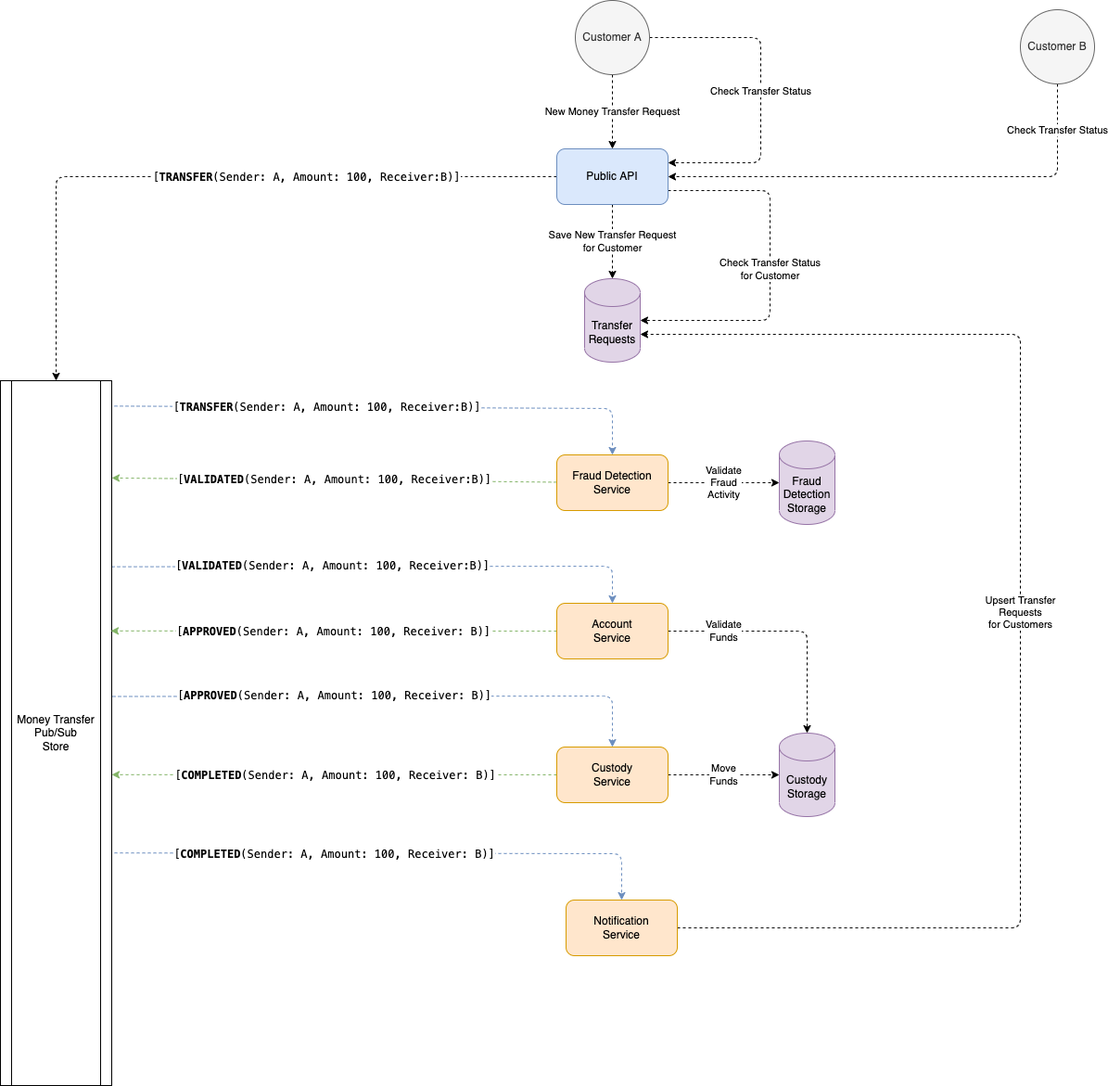
This is docs/flow.drawio.png from sujitdmello/java-banking-pubsub-dapr-sample, a draw.io export, as it was before one commit. Source tidied: cells renumbered, new cells last; positions are measured from the earlier drawing's top-left corner, leaving out a move shared by most shapes.
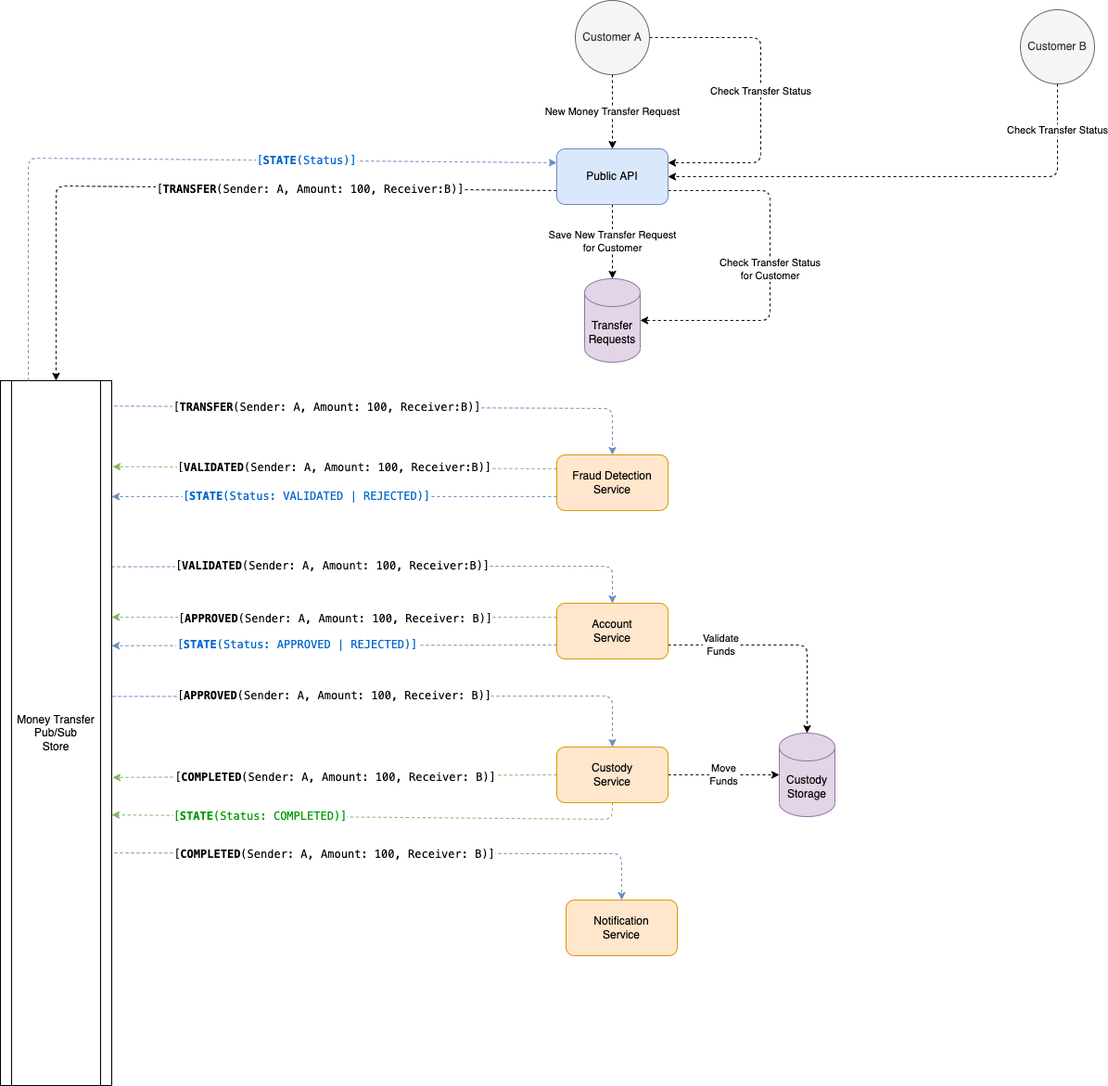
The same diagram one commit later.

Commit message:
implemented state update from fraud service

Diff of the diagram source:
```diff
@@ -16,10 +16,10 @@
     <mxCell id="4" value="Customer A" style="ellipse;whiteSpace=wrap;html=1;fillColor=#f5f5f5;fontColor=#333333;strokeColor=#666666;" parent="1" vertex="1">
       <mxGeometry x="620" width="80" height="80" as="geometry" />
     </mxCell>
-    <mxCell id="5" value="&lt;div style=&quot;font-family: &amp;quot;Cascadia Code Mono&amp;quot;, Menlo, Monaco, &amp;quot;Courier New&amp;quot;, monospace, Menlo, Monaco, &amp;quot;Courier New&amp;quot;, monospace; font-size: 12px; line-height: 18px;&quot;&gt;[&lt;b&gt;TRANSFER&lt;/b&gt;(Sender: A, Amount: 100, Receiver:B)]&lt;/div&gt;" style="edgeStyle=none;html=1;entryX=0.5;entryY=0;entryDx=0;entryDy=0;dashed=1;" parent="1" edge="1" source="8" target="15">
+    <mxCell id="5" value="&lt;div style=&quot;font-family: &amp;quot;Cascadia Code Mono&amp;quot;, Menlo, Monaco, &amp;quot;Courier New&amp;quot;, monospace, Menlo, Monaco, &amp;quot;Courier New&amp;quot;, monospace; font-size: 12px; line-height: 18px;&quot;&gt;[&lt;b&gt;TRANSFER&lt;/b&gt;(Sender: A, Amount: 100, Receiver:B)]&lt;/div&gt;" style="edgeStyle=none;html=1;entryX=0.5;entryY=0;entryDx=0;entryDy=0;dashed=1;exitX=0;exitY=0.75;exitDx=0;exitDy=0;" parent="1" edge="1" source="8" target="15">
       <mxGeometry x="-0.29" relative="1" as="geometry">
         <Array as="points">
-          <mxPoint x="60" y="190" />
+          <mxPoint x="60" y="200" />
         </Array>
       </mxGeometry>
     </mxCell>
@@ -78,27 +78,28 @@
     <mxCell id="15" value="Money Transfer&lt;br&gt;Pub/Sub&lt;br&gt;Store" style="shape=process;whiteSpace=wrap;html=1;backgroundOutline=1;" parent="1" vertex="1">
       <mxGeometry y="410" width="120" height="760" as="geometry" />
     </mxCell>
-    <mxCell id="16" value="Validate&lt;br&gt;Fraud&lt;br&gt;Activity" style="edgeStyle=none;html=1;dashed=1;" parent="1" edge="1" source="18" target="19">
-      <mxGeometry relative="1" as="geometry" />
-    </mxCell>
-    <mxCell id="17" value="&lt;span style=&quot;font-family: &amp;quot;Cascadia Code Mono&amp;quot;, Menlo, Monaco, &amp;quot;Courier New&amp;quot;, monospace, Menlo, Monaco, &amp;quot;Courier New&amp;quot;, monospace; font-size: 12px;&quot;&gt;[&lt;b&gt;VALIDATED&lt;/b&gt;(Sender: A, Amount: 100, Receiver:B)]&lt;/span&gt;" style="edgeStyle=none;html=1;entryX=1;entryY=0.138;entryDx=0;entryDy=0;entryPerimeter=0;dashed=1;fillColor=#d5e8d4;strokeColor=#82b366;" parent="1" edge="1" source="18" target="15">
+    <mxCell id="17" value="&lt;span style=&quot;font-family: &amp;quot;Cascadia Code Mono&amp;quot;, Menlo, Monaco, &amp;quot;Courier New&amp;quot;, monospace, Menlo, Monaco, &amp;quot;Courier New&amp;quot;, monospace; font-size: 12px;&quot;&gt;[&lt;b&gt;VALIDATED&lt;/b&gt;(Sender: A, Amount: 100, Receiver:B)]&lt;/span&gt;" style="edgeStyle=none;html=1;entryX=1.008;entryY=0.122;entryDx=0;entryDy=0;entryPerimeter=0;dashed=1;fillColor=#d5e8d4;strokeColor=#82b366;exitX=0;exitY=0.25;exitDx=0;exitDy=0;" parent="1" edge="1" source="18" target="15">
       <mxGeometry relative="1" as="geometry" />
     </mxCell>
+    <mxCell id="34" value="&lt;span style=&quot;border-color: var(--border-color); font-family: &amp;quot;Cascadia Code Mono&amp;quot;, Menlo, Monaco, &amp;quot;Courier New&amp;quot;, monospace, Menlo, Monaco, &amp;quot;Courier New&amp;quot;, monospace; font-size: 12px;&quot;&gt;[&lt;b style=&quot;border-color: var(--border-color);&quot;&gt;STATE&lt;/b&gt;&lt;/span&gt;&lt;span style=&quot;border-color: var(--border-color); font-family: &amp;quot;Cascadia Code Mono&amp;quot;, Menlo, Monaco, &amp;quot;Courier New&amp;quot;, monospace, Menlo, Monaco, &amp;quot;Courier New&amp;quot;, monospace; font-size: 12px;&quot;&gt;(Status: VALIDATED | REJECTED)]&lt;/span&gt;" style="edgeStyle=none;html=1;dashed=1;fontColor=#0066CC;exitX=0;exitY=0.75;exitDx=0;exitDy=0;fillColor=#dae8fc;strokeColor=#6c8ebf;" parent="1" edge="1" source="18">
+      <mxGeometry x="0.12" relative="1" as="geometry">
+        <mxPoint x="120" y="535" as="targetPoint" />
+      </mxGeometry>
+    </mxCell>
     <mxCell id="18" value="Fraud Detection&lt;br&gt;Service" style="rounded=1;whiteSpace=wrap;html=1;fillColor=#ffe6cc;strokeColor=#d79b00;" parent="1" vertex="1">
       <mxGeometry x="600" y="490" width="120" height="60" as="geometry" />
     </mxCell>
-    <mxCell id="19" value="Fraud&lt;br&gt;Detection&lt;br&gt;Storage" style="shape=cylinder3;whiteSpace=wrap;html=1;boundedLbl=1;backgroundOutline=1;size=15;fillColor=#e1d5e7;strokeColor=#9673a6;" parent="1" vertex="1">
-      <mxGeometry x="840" y="475" width="60" height="90" as="geometry" />
-    </mxCell>
-    <mxCell id="20" value="Validate&lt;br&gt;Funds" style="edgeStyle=none;html=1;dashed=1;entryX=0.5;entryY=0;entryDx=0;entryDy=0;entryPerimeter=0;exitX=1;exitY=0.5;exitDx=0;exitDy=0;" parent="1" edge="1" source="23" target="28">
+    <mxCell id="20" value="Validate&lt;br&gt;Funds" style="edgeStyle=none;html=1;dashed=1;entryX=0.5;entryY=0;entryDx=0;entryDy=0;entryPerimeter=0;exitX=1;exitY=0.75;exitDx=0;exitDy=0;" parent="1" edge="1" source="23" target="28">
       <mxGeometry x="-0.54" relative="1" as="geometry">
         <Array as="points">
-          <mxPoint x="870" y="680" />
+          <mxPoint x="870" y="695" />
         </Array>
       </mxGeometry>
     </mxCell>
-    <mxCell id="21" style="edgeStyle=none;html=1;entryX=0.992;entryY=0.355;entryDx=0;entryDy=0;entryPerimeter=0;dashed=1;fillColor=#d5e8d4;strokeColor=#82b366;" parent="1" edge="1" source="23" target="15">
-      <mxGeometry relative="1" as="geometry" />
+    <mxCell id="21" style="edgeStyle=none;html=1;dashed=1;fillColor=#d5e8d4;strokeColor=#82b366;exitX=0;exitY=0.25;exitDx=0;exitDy=0;" parent="1" edge="1" source="23">
+      <mxGeometry relative="1" as="geometry">
+        <mxPoint x="120" y="665" as="targetPoint" />
+      </mxGeometry>
     </mxCell>
     <mxCell id="22" value="&lt;div style=&quot;font-family: &amp;quot;Cascadia Code Mono&amp;quot;, Menlo, Monaco, &amp;quot;Courier New&amp;quot;, monospace, Menlo, Monaco, &amp;quot;Courier New&amp;quot;, monospace; font-size: 12px; line-height: 18px;&quot;&gt;[&lt;b&gt;APPROVED&lt;/b&gt;(Sender: A, Amount: 100, Receiver: B)]&lt;/div&gt;" style="edgeLabel;html=1;align=center;verticalAlign=middle;" parent="21" vertex="1">
       <mxGeometry x="0.45" y="1" relative="1" as="geometry">
@@ -111,7 +112,7 @@
     <mxCell id="24" value="Move&lt;br&gt;Funds" style="edgeStyle=none;html=1;entryX=0;entryY=0.5;entryDx=0;entryDy=0;entryPerimeter=0;dashed=1;" parent="1" edge="1" source="27" target="28">
       <mxGeometry relative="1" as="geometry" />
     </mxCell>
-    <mxCell id="25" style="edgeStyle=none;html=1;entryX=1;entryY=0.559;entryDx=0;entryDy=0;entryPerimeter=0;dashed=1;fillColor=#d5e8d4;strokeColor=#82b366;" parent="1" edge="1" source="27" target="15">
+    <mxCell id="25" style="edgeStyle=none;html=1;entryX=1.008;entryY=0.563;entryDx=0;entryDy=0;entryPerimeter=0;dashed=1;fillColor=#d5e8d4;strokeColor=#82b366;exitX=0;exitY=0.5;exitDx=0;exitDy=0;" parent="1" edge="1" source="27" target="15">
       <mxGeometry relative="1" as="geometry" />
     </mxCell>
     <mxCell id="26" value="&lt;div style=&quot;font-family: &amp;quot;Cascadia Code Mono&amp;quot;, Menlo, Monaco, &amp;quot;Courier New&amp;quot;, monospace, Menlo, Monaco, &amp;quot;Courier New&amp;quot;, monospace; font-size: 12px; line-height: 18px;&quot;&gt;[&lt;b&gt;COMPLETED&lt;/b&gt;(Sender: A, Amount: 100, Receiver: B)]&lt;/div&gt;" style="edgeLabel;html=1;align=center;verticalAlign=middle;" parent="25" vertex="1">
@@ -125,14 +126,6 @@
     <mxCell id="28" value="Custody&lt;br&gt;Storage" style="shape=cylinder3;whiteSpace=wrap;html=1;boundedLbl=1;backgroundOutline=1;size=15;fillColor=#e1d5e7;strokeColor=#9673a6;" parent="1" vertex="1">
       <mxGeometry x="840" y="790" width="60" height="90" as="geometry" />
     </mxCell>
-    <mxCell id="29" value="Upsert Transfer&lt;br&gt;Requests&lt;br&gt;for Customers" style="edgeStyle=none;html=1;entryX=1;entryY=0;entryDx=0;entryDy=60;entryPerimeter=0;dashed=1;" parent="1" edge="1" source="30" target="31">
-      <mxGeometry relative="1" as="geometry">
-        <Array as="points">
-          <mxPoint x="1100" y="1000" />
-          <mxPoint x="1100" y="360" />
-        </Array>
-      </mxGeometry>
-    </mxCell>
     <mxCell id="30" value="Notification&lt;br&gt;Service" style="rounded=1;whiteSpace=wrap;html=1;fillColor=#ffe6cc;strokeColor=#d79b00;" parent="1" vertex="1">
       <mxGeometry x="610" y="970" width="120" height="60" as="geometry" />
     </mxCell>
@@ -149,5 +142,22 @@
     <mxCell id="33" value="Customer B" style="ellipse;whiteSpace=wrap;html=1;fillColor=#f5f5f5;fontColor=#333333;strokeColor=#666666;" parent="1" vertex="1">
       <mxGeometry x="1100" y="10" width="80" height="80" as="geometry" />
     </mxCell>
+    <mxCell id="35" value="&lt;span style=&quot;border-color: var(--border-color); font-family: &amp;quot;Cascadia Code Mono&amp;quot;, Menlo, Monaco, &amp;quot;Courier New&amp;quot;, monospace, Menlo, Monaco, &amp;quot;Courier New&amp;quot;, monospace; font-size: 12px;&quot;&gt;[&lt;b style=&quot;border-color: var(--border-color);&quot;&gt;STATE&lt;/b&gt;&lt;/span&gt;&lt;span style=&quot;border-color: var(--border-color); font-family: &amp;quot;Cascadia Code Mono&amp;quot;, Menlo, Monaco, &amp;quot;Courier New&amp;quot;, monospace, Menlo, Monaco, &amp;quot;Courier New&amp;quot;, monospace; font-size: 12px;&quot;&gt;(Status: APPROVED | REJECTED)]&lt;/span&gt;" style="edgeStyle=none;html=1;dashed=1;fontColor=#0066CC;exitX=0;exitY=0.75;exitDx=0;exitDy=0;fillColor=#dae8fc;strokeColor=#6c8ebf;entryX=1;entryY=0.376;entryDx=0;entryDy=0;entryPerimeter=0;" parent="1" edge="1" source="23" target="15">
+      <mxGeometry x="0.17" relative="1" as="geometry" />
+    </mxCell>
+    <mxCell id="36" value="&lt;span style=&quot;border-color: var(--border-color); font-family: &amp;quot;Cascadia Code Mono&amp;quot;, Menlo, Monaco, &amp;quot;Courier New&amp;quot;, monospace, Menlo, Monaco, &amp;quot;Courier New&amp;quot;, monospace; font-size: 12px;&quot;&gt;[&lt;b style=&quot;border-color: var(--border-color);&quot;&gt;STATE&lt;/b&gt;&lt;/span&gt;&lt;span style=&quot;border-color: var(--border-color); font-family: &amp;quot;Cascadia Code Mono&amp;quot;, Menlo, Monaco, &amp;quot;Courier New&amp;quot;, monospace, Menlo, Monaco, &amp;quot;Courier New&amp;quot;, monospace; font-size: 12px;&quot;&gt;(Status)]&lt;/span&gt;" style="edgeStyle=none;html=1;dashed=1;fontColor=#0066CC;exitX=0.25;exitY=0;exitDx=0;exitDy=0;fillColor=#dae8fc;strokeColor=#6c8ebf;entryX=0;entryY=0.25;entryDx=0;entryDy=0;" parent="1" edge="1" source="15" target="8">
+      <mxGeometry x="0.33" relative="1" as="geometry">
+        <Array as="points">
+          <mxPoint x="30" y="170" />
+        </Array>
+      </mxGeometry>
+    </mxCell>
+    <mxCell id="37" value="&lt;span style=&quot;border-color: var(--border-color); font-family: &amp;quot;Cascadia Code Mono&amp;quot;, Menlo, Monaco, &amp;quot;Courier New&amp;quot;, monospace, Menlo, Monaco, &amp;quot;Courier New&amp;quot;, monospace; font-size: 12px;&quot;&gt;[&lt;b style=&quot;border-color: var(--border-color);&quot;&gt;STATE&lt;/b&gt;&lt;/span&gt;&lt;span style=&quot;border-color: var(--border-color); font-family: &amp;quot;Cascadia Code Mono&amp;quot;, Menlo, Monaco, &amp;quot;Courier New&amp;quot;, monospace, Menlo, Monaco, &amp;quot;Courier New&amp;quot;, monospace; font-size: 12px;&quot;&gt;(Status: COMPLETED)]&lt;/span&gt;" style="edgeStyle=none;html=1;dashed=1;fontColor=#009900;exitX=0.5;exitY=1;exitDx=0;exitDy=0;fillColor=#d5e8d4;strokeColor=#82b366;entryX=1;entryY=0.616;entryDx=0;entryDy=0;entryPerimeter=0;" parent="1" edge="1" source="27" target="15">
+      <mxGeometry x="0.43" relative="1" as="geometry">
+        <Array as="points">
+          <mxPoint x="660" y="883" />
+        </Array>
+      </mxGeometry>
+    </mxCell>
   </root>
 </mxGraphModel>
```
